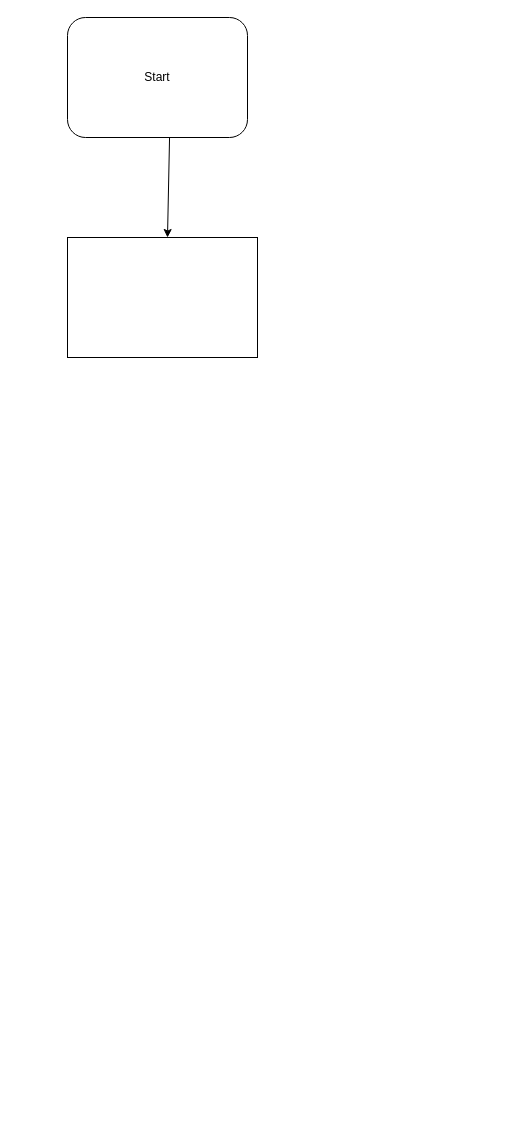
Earlier version of the draw.io diagram Untitled Diagram.drawio (Silver30003000/4400438_Simarpreet_singh_logbook.pdf). Source tidied: cells renumbered, new cells numbered last; positions are measured from the earlier drawing's top-left corner, leaving out a move shared by most shapes. Both pictures are drawn from the tidied source at 100%, with x=0, y=0 at pixel (67, 17).
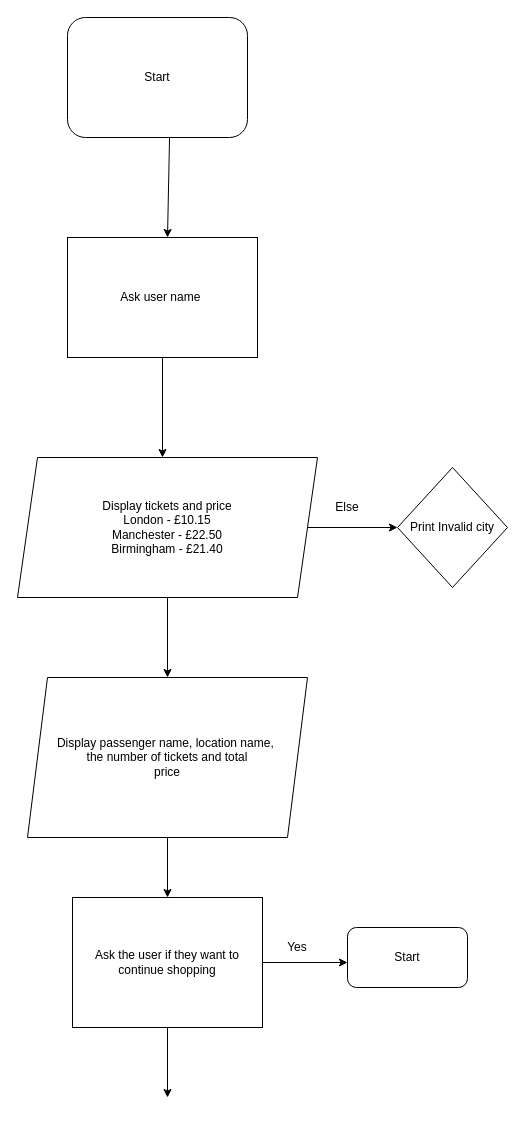
The same page after the edit.

Commit message:
Coursework 2 online shop

Diff of the diagram source:
```diff
@@
-    <mxCell id="4" style="rounded=0;whiteSpace=wrap;html=1;" parent="1" vertex="1">
+    <mxCell id="4" value="Ask user name&amp;nbsp;" style="rounded=0;whiteSpace=wrap;html=1;" parent="1" vertex="1">
       <mxGeometry y="220" width="190" height="120" as="geometry" />
     </mxCell>
+    <mxCell id="5" style="endArrow=classic;html=1;rounded=0;exitX=0.5;exitY=1;exitDx=0;exitDy=0;" parent="1" edge="1" source="4">
+      <mxGeometry relative="1" as="geometry">
+        <mxPoint x="95" y="440" as="targetPoint" />
+      </mxGeometry>
+    </mxCell>
+    <mxCell id="6" value="Display tickets and price&lt;div&gt;London - £10.15&lt;/div&gt;&lt;div&gt;Manchester - £22.50&lt;/div&gt;&lt;div&gt;Birmingham - £21.40&lt;/div&gt;" style="shape=parallelogram;perimeter=parallelogramPerimeter;whiteSpace=wrap;html=1;fixedSize=1;" parent="1" vertex="1">
+      <mxGeometry x="-50" y="440" width="300" height="140" as="geometry" />
+    </mxCell>
+    <mxCell id="7" style="endArrow=classic;html=1;rounded=0;exitX=0.5;exitY=1;exitDx=0;exitDy=0;" parent="1" edge="1" source="6">
+      <mxGeometry relative="1" as="geometry">
+        <mxPoint x="100" y="660" as="targetPoint" />
+      </mxGeometry>
+    </mxCell>
+    <mxCell id="8" style="endArrow=classic;html=1;rounded=0;exitX=1;exitY=0.5;exitDx=0;exitDy=0;" parent="1" edge="1" source="6" target="9">
+      <mxGeometry relative="1" as="geometry" />
+    </mxCell>
+    <mxCell id="9" value="Print Invalid city" style="rhombus;whiteSpace=wrap;html=1;" parent="1" vertex="1">
+      <mxGeometry x="330" y="450" width="110" height="120" as="geometry" />
+    </mxCell>
+    <mxCell id="10" value="Else" style="text;strokeColor=none;align=center;fillColor=none;html=1;verticalAlign=middle;whiteSpace=wrap;rounded=0;" parent="1" vertex="1">
+      <mxGeometry x="240" y="460" width="80" height="60" as="geometry" />
+    </mxCell>
+    <mxCell id="11" value="Display passenger name, location name,&amp;nbsp;&lt;div&gt;the number of tickets and total&lt;/div&gt;&lt;div&gt;price&lt;/div&gt;" style="shape=parallelogram;perimeter=parallelogramPerimeter;whiteSpace=wrap;html=1;fixedSize=1;" parent="1" vertex="1">
+      <mxGeometry x="-40" y="660" width="280" height="160" as="geometry" />
+    </mxCell>
+    <mxCell id="12" style="endArrow=classic;html=1;rounded=0;exitX=0.5;exitY=1;exitDx=0;exitDy=0;" parent="1" edge="1" source="11">
+      <mxGeometry relative="1" as="geometry">
+        <mxPoint x="100" y="880" as="targetPoint" />
+      </mxGeometry>
+    </mxCell>
+    <mxCell id="13" value="Ask the user if they want to continue shopping" style="rounded=0;whiteSpace=wrap;html=1;" parent="1" vertex="1">
+      <mxGeometry x="5" y="880" width="190" height="130" as="geometry" />
+    </mxCell>
+    <mxCell id="14" style="endArrow=classic;html=1;rounded=0;exitX=1;exitY=0.5;exitDx=0;exitDy=0;" parent="1" edge="1" source="13">
+      <mxGeometry relative="1" as="geometry">
+        <mxPoint x="280" y="945" as="targetPoint" />
+      </mxGeometry>
+    </mxCell>
+    <mxCell id="15" value="Yes" style="text;strokeColor=none;align=center;fillColor=none;html=1;verticalAlign=middle;whiteSpace=wrap;rounded=0;" parent="1" vertex="1">
+      <mxGeometry x="200" y="910" width="60" height="40" as="geometry" />
+    </mxCell>
+    <mxCell id="16" value="Start" style="rounded=1;whiteSpace=wrap;html=1;" parent="1" vertex="1">
+      <mxGeometry x="280" y="910" width="120" height="60" as="geometry" />
+    </mxCell>
+    <mxCell id="17" style="endArrow=classic;html=1;rounded=0;exitX=0.5;exitY=1;exitDx=0;exitDy=0;" parent="1" edge="1" source="13">
+      <mxGeometry relative="1" as="geometry">
+        <mxPoint x="100" y="1080" as="targetPoint" />
+      </mxGeometry>
+    </mxCell>
```
